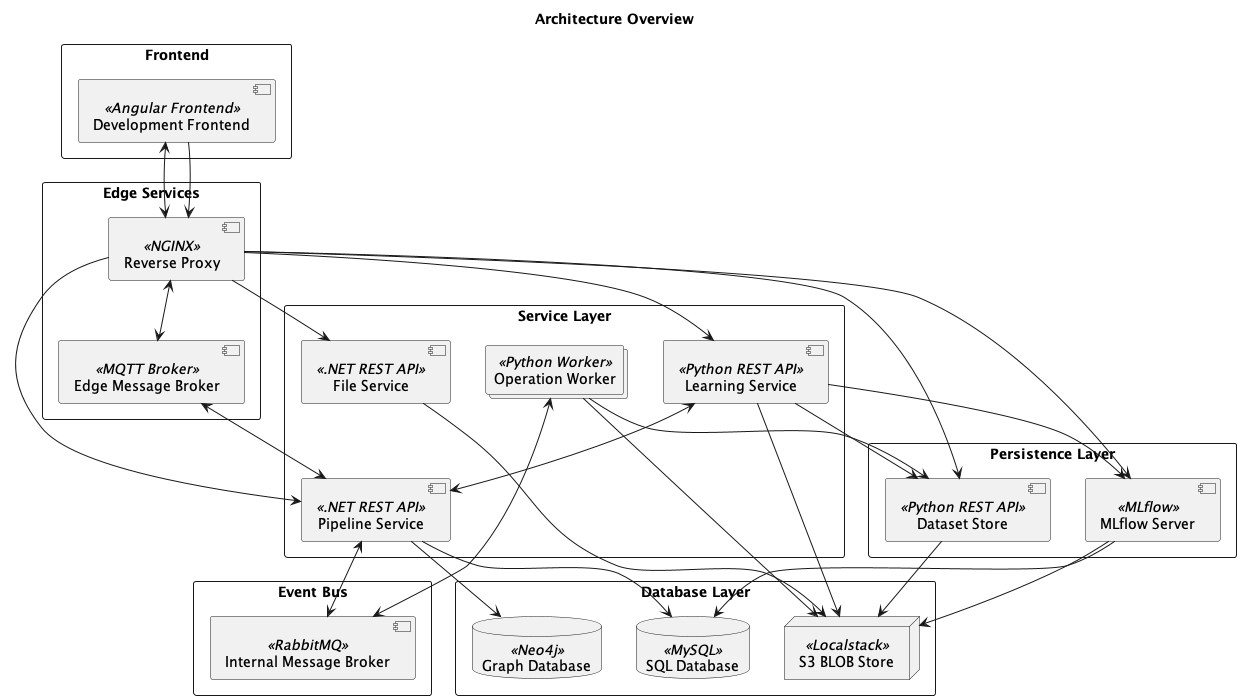
Before: docs/architecture/overview.png, a diagram exported from PlantUML (project-hanse/prototype-a).
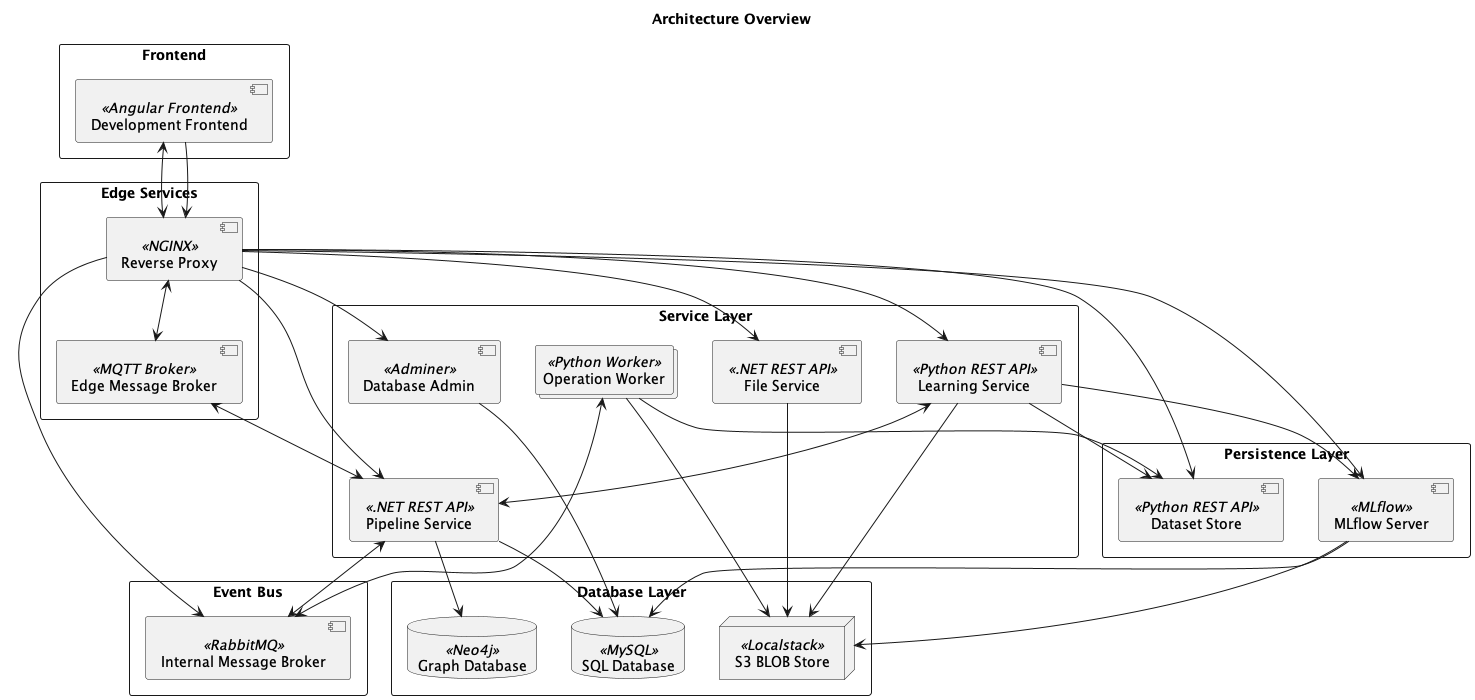
Above is the later version.

Diff of the diagram source:
```diff
@@ -21,6 +21,7 @@
     collections  "Operation Worker" <<Python Worker>> as worker
     component "Learning Service" << Python REST API >> as learning_service
     component "File Service" << .NET REST API >> as file_service
+    component "Database Admin" << Adminer >> as adminer
 }
 
 rectangle "Persistence Layer" {
@@ -44,6 +45,8 @@
 reverse_proxy <--> message_broker_edge
 reverse_proxy --> dataset_store
 reverse_proxy --> mlflow_server
+reverse_proxy --> adminer
+reverse_proxy --> message_broker_internal
 
 learning_service --> mlflow_server
 learning_service --> dataset_store
@@ -55,7 +58,8 @@
 pipeline_service <--> message_broker_edge
 pipeline_service --> mysql_db
 
-dataset_store --> blob_store
+adminer --> mysql_db
+
 
 file_service --> blob_store
 
```
